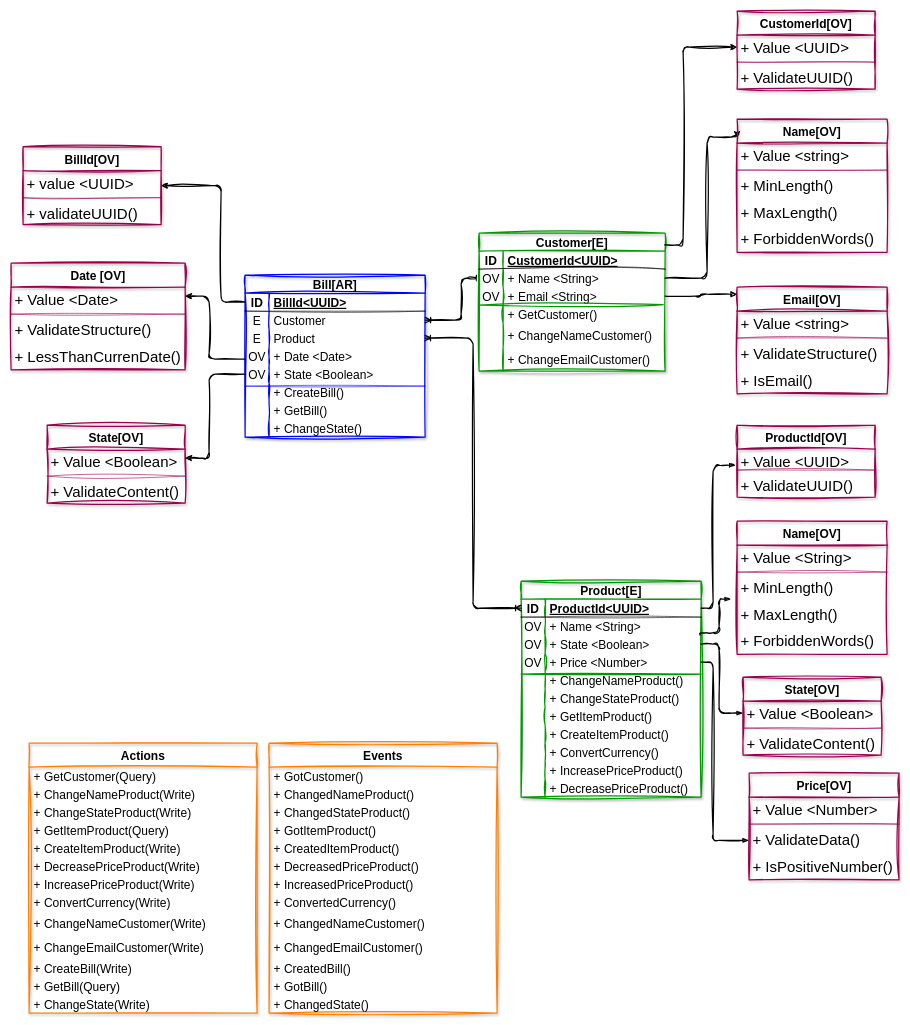
This is page "Bill<AR>" (4 of 5) of Drive-Domain-Design.drawio from training-practice-sofkau/C1-2023-DDD-Colombia, a draw.io file, before an edit. Source tidied: cells renumbered, new cells numbered last; positions are measured from the earlier drawing's top-left corner, leaving out a move shared by most shapes. Both pictures are drawn from the tidied source at 60%, with x=0, y=0 at pixel (11, 11).
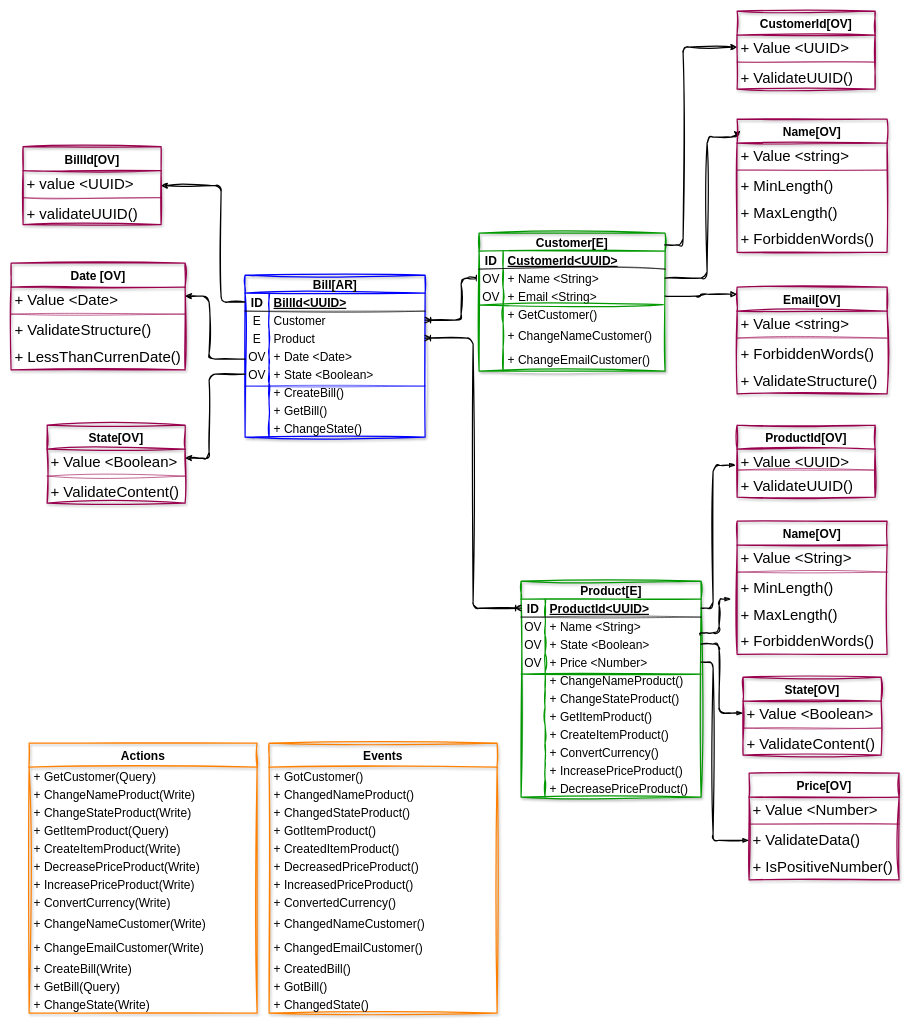
After the change.

Unchanged cells that the change refers to:
```xml
<mxCell id="80" value="Email[OV]" style="swimlane;fontStyle=1;horizontal=1;startSize=40;align=center;fontSize=20;rounded=0;shadow=1;labelBorderColor=none;sketch=1;hachureGap=4;jiggle=2;fillStyle=cross-hatch;curveFitting=1;strokeColor=#99004D;strokeWidth=2;fontFamily=Helvetica;fillColor=none;gradientColor=none;" parent="1" vertex="1">
  <mxGeometry x="1210" y="460" width="250" height="178" as="geometry" />
</mxCell>
```

The edit, as a diff of the source:
```diff
@@
-    <mxCell id="83" value="+ ValidateStructure()" style="text;strokeColor=none;fillColor=none;spacingLeft=4;spacingRight=4;overflow=hidden;fontSize=25;fontFamily=Helvetica;" parent="80" vertex="1">
+    <mxCell id="83" value="+ ForbiddenWords()" style="text;strokeColor=none;fillColor=none;spacingLeft=4;spacingRight=4;overflow=hidden;fontSize=25;fontFamily=Helvetica;" parent="80" vertex="1">
       <mxGeometry y="90" width="250" height="44" as="geometry" />
     </mxCell>
-    <mxCell id="84" value="+ IsEmail()" style="text;strokeColor=none;fillColor=none;spacingLeft=4;spacingRight=4;overflow=hidden;fontSize=25;fontFamily=Helvetica;" parent="80" vertex="1">
+    <mxCell id="84" value="+ ValidateStructure()" style="text;strokeColor=none;fillColor=none;spacingLeft=4;spacingRight=4;overflow=hidden;fontSize=25;fontFamily=Helvetica;" parent="80" vertex="1">
       <mxGeometry y="134" width="250" height="44" as="geometry" />
     </mxCell>
```
